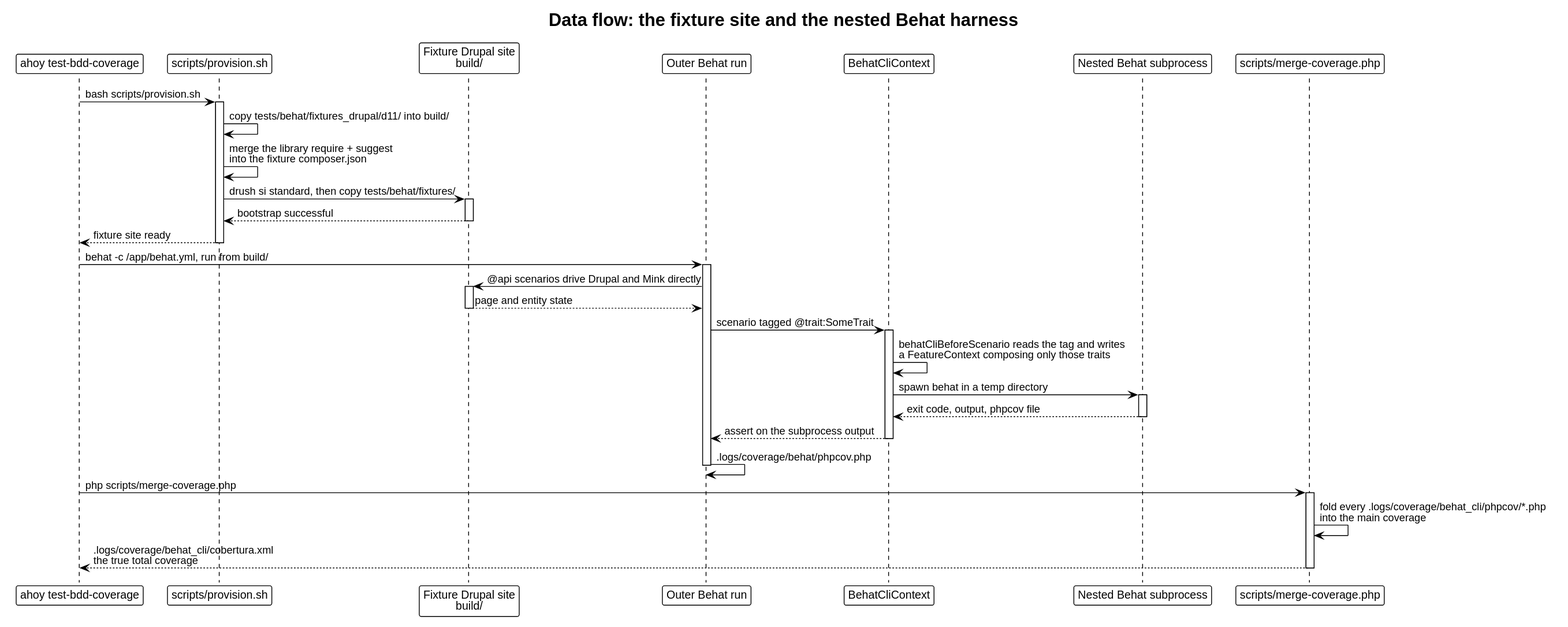
Above: docs/architecture/dataflow-tests.svg in drevops/behat-steps (PlantUML), before the change. The source it was exported from:
```plantuml
@startuml
!theme plain
skinparam backgroundColor white
skinparam defaultFontName Helvetica
skinparam shadowing false
title Data flow: the fixture site and the nested Behat harness

participant "ahoy test-bdd-coverage" as Dev
participant "scripts/provision.sh" as Prov
participant "Fixture Drupal site\nbuild/" as Site
participant "Outer Behat run" as Behat
participant "BehatCliContext" as Cli
participant "Nested Behat subprocess" as Sub
participant "scripts/merge-coverage.php" as Merge

Dev -> Prov: bash scripts/provision.sh
activate Prov
Prov -> Prov: copy tests/behat/fixtures_drupal/d11/ into build/
Prov -> Prov: merge the library require + suggest\ninto the fixture composer.json
Prov -> Site: drush si standard, then copy tests/behat/fixtures/
activate Site
Site --> Prov: bootstrap successful
deactivate Site
Prov --> Dev: fixture site ready
deactivate Prov

Dev -> Behat: behat -c /app/behat.yml, run from build/
activate Behat

Behat -> Site: @api scenarios drive Drupal and Mink directly
activate Site
Site --> Behat: page and entity state
deactivate Site

Behat -> Cli: scenario tagged @trait:SomeTrait
activate Cli
Cli -> Cli: behatCliBeforeScenario reads the tag and writes\na FeatureContext composing only those traits
Cli -> Sub: spawn behat in a temp directory
activate Sub
Sub --> Cli: exit code, output, phpcov file
deactivate Sub
Cli --> Behat: assert on the subprocess output
deactivate Cli

Behat -> Behat: .logs/coverage/behat/phpcov.php
deactivate Behat

Dev -> Merge: php scripts/merge-coverage.php
activate Merge
Merge -> Merge: fold every .logs/coverage/behat_cli/phpcov/*.php\ninto the main coverage
Merge --> Dev: .logs/coverage/behat_cli/cobertura.xml\nthe true total coverage
deactivate Merge
@enduml
```
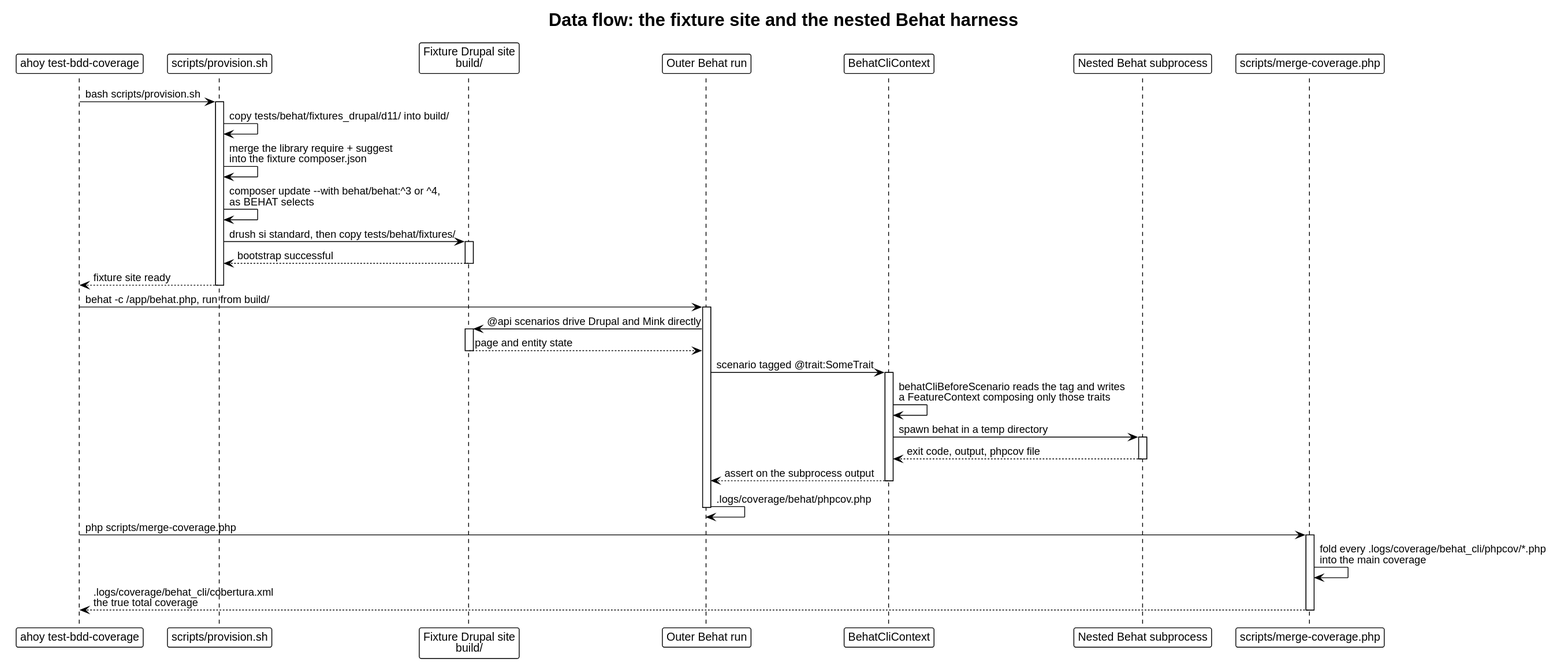
Above is the later version.

Commit message:
Updated the architecture walkthrough for 'behat.php', the Behat 4 legs and the unwrapped session listener.

The edit, as a diff of the source:
```diff
@@ -17,6 +17,7 @@
 activate Prov
 Prov -> Prov: copy tests/behat/fixtures_drupal/d11/ into build/
 Prov -> Prov: merge the library require + suggest\ninto the fixture composer.json
+Prov -> Prov: composer update ~--with behat/behat:^3 or ^4,\nas BEHAT selects
 Prov -> Site: drush si standard, then copy tests/behat/fixtures/
 activate Site
 Site --> Prov: bootstrap successful
@@ -24,7 +25,7 @@
 Prov --> Dev: fixture site ready
 deactivate Prov
 
-Dev -> Behat: behat -c /app/behat.yml, run from build/
+Dev -> Behat: behat -c /app/behat.php, run from build/
 activate Behat
 
 Behat -> Site: @api scenarios drive Drupal and Mink directly
```
